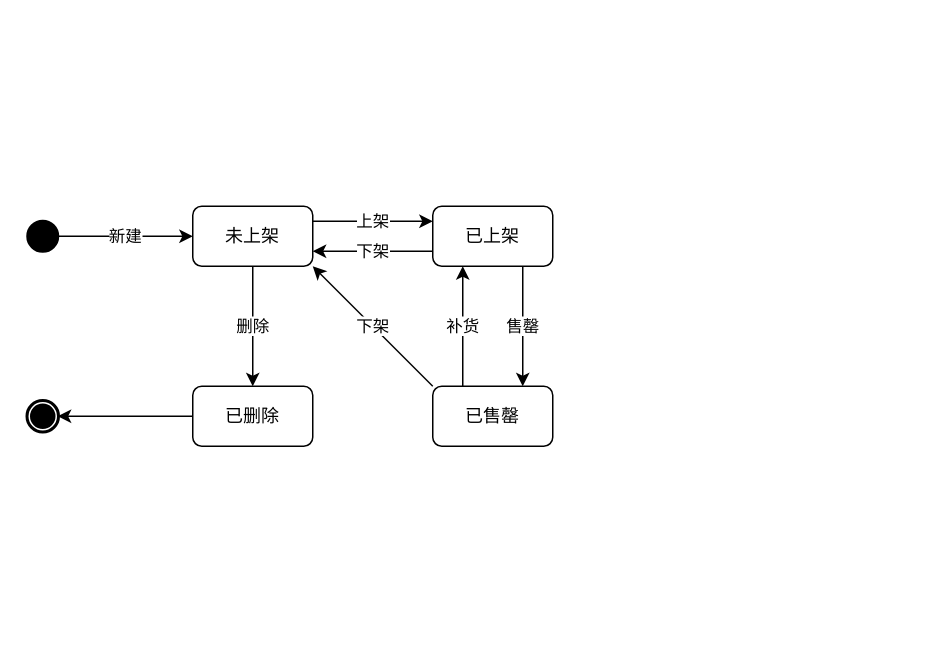
app1echip/grams keeps this draw.io diagram as goods_state.drawio. Above is the earlier version. Source tidied: cells renumbered, new cells numbered last; positions are measured from the earlier drawing's top-left corner, leaving out a move shared by most shapes. Both pictures are drawn from the tidied source at 150%, with x=0, y=0 at pixel (27, 206).
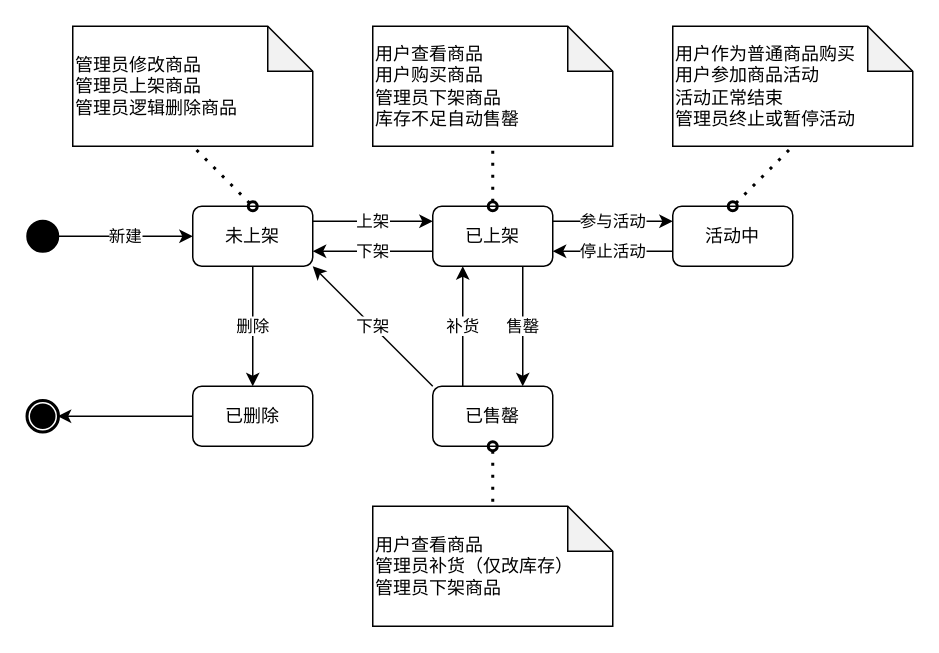
After the change.

Unchanged cells that the change refers to:
```xml
<mxCell id="7" value="未上架" style="rounded=1;whiteSpace=wrap;html=1;fillColor=#FFFFFF;" parent="1" vertex="1">
  <mxGeometry x="110" width="80" height="40" as="geometry" />
</mxCell>
<mxCell id="10" value="已上架" style="rounded=1;whiteSpace=wrap;html=1;fillColor=#FFFFFF;" parent="1" vertex="1">
  <mxGeometry x="270" width="80" height="40" as="geometry" />
</mxCell>
<mxCell id="13" value="已售罄" style="rounded=1;whiteSpace=wrap;html=1;fillColor=#FFFFFF;" parent="1" vertex="1">
  <mxGeometry x="270" y="120" width="80" height="40" as="geometry" />
</mxCell>
```

What changed in the source:
```diff
@@
+    <mxCell id="16" value="参与活动" style="edgeStyle=orthogonalEdgeStyle;rounded=0;jettySize=auto;html=1;" parent="1" edge="1" source="10" target="19">
+      <mxGeometry relative="1" as="geometry">
+        <Array as="points">
+          <mxPoint x="390" y="10" />
+          <mxPoint x="390" y="10" />
+        </Array>
+      </mxGeometry>
+    </mxCell>
@@
+    <mxCell id="17" value="管理员修改商品&lt;br&gt;管理员上架商品&lt;br&gt;管理员逻辑删除商品" style="shape=note;whiteSpace=wrap;html=1;backgroundOutline=1;darkOpacity=0.05;align=left;" parent="1" vertex="1">
+      <mxGeometry x="30" y="-120" width="160" height="80" as="geometry" />
+    </mxCell>
+    <mxCell id="18" value="停止活动" style="edgeStyle=orthogonalEdgeStyle;rounded=0;jettySize=auto;html=1;" parent="1" edge="1" source="19" target="10">
+      <mxGeometry relative="1" as="geometry">
+        <Array as="points">
+          <mxPoint x="390" y="30" />
+          <mxPoint x="390" y="30" />
+        </Array>
+      </mxGeometry>
+    </mxCell>
+    <mxCell id="19" value="活动中" style="rounded=1;whiteSpace=wrap;html=1;" parent="1" vertex="1">
+      <mxGeometry x="430" width="80" height="40" as="geometry" />
+    </mxCell>
+    <mxCell id="20" value="用户查看商品&lt;br&gt;用户购买商品&lt;br&gt;管理员下架商品&lt;br&gt;库存不足自动售罄" style="shape=note;whiteSpace=wrap;html=1;backgroundOutline=1;darkOpacity=0.05;align=left;" parent="1" vertex="1">
+      <mxGeometry x="230" y="-120" width="160" height="80" as="geometry" />
+    </mxCell>
+    <mxCell id="21" value="用户作为普通商品购买&lt;br&gt;用户参加商品活动&lt;br&gt;活动正常结束&lt;br&gt;管理员终止或暂停活动" style="shape=note;whiteSpace=wrap;html=1;backgroundOutline=1;darkOpacity=0.05;align=left;" parent="1" vertex="1">
+      <mxGeometry x="430" y="-120" width="160" height="80" as="geometry" />
+    </mxCell>
+    <mxCell id="22" value="用户查看商品&lt;br&gt;管理员补货（仅改库存）&lt;br&gt;管理员下架商品" style="shape=note;whiteSpace=wrap;html=1;backgroundOutline=1;darkOpacity=0.05;align=left;" parent="1" vertex="1">
+      <mxGeometry x="230" y="200" width="160" height="80" as="geometry" />
+    </mxCell>
+    <mxCell id="23" style="endArrow=none;dashed=1;html=1;dashPattern=1 3;strokeWidth=2;exitX=0.5;exitY=0;exitDx=0;exitDy=0;entryX=0.5;entryY=1;entryDx=0;entryDy=0;entryPerimeter=0;startArrow=oval;startFill=0;" parent="1" edge="1" source="10" target="20">
+      <mxGeometry relative="1" as="geometry" />
+    </mxCell>
+    <mxCell id="24" style="endArrow=none;dashed=1;html=1;dashPattern=1 3;strokeWidth=2;exitX=0.5;exitY=0;exitDx=0;exitDy=0;entryX=0.5;entryY=1;entryDx=0;entryDy=0;entryPerimeter=0;startArrow=oval;startFill=0;" parent="1" edge="1" source="7" target="17">
+      <mxGeometry relative="1" as="geometry" />
+    </mxCell>
+    <mxCell id="25" style="endArrow=none;dashed=1;html=1;dashPattern=1 3;strokeWidth=2;exitX=0.5;exitY=0;exitDx=0;exitDy=0;entryX=0.5;entryY=1;entryDx=0;entryDy=0;entryPerimeter=0;startArrow=oval;startFill=0;" parent="1" edge="1" source="19" target="21">
+      <mxGeometry relative="1" as="geometry" />
+    </mxCell>
+    <mxCell id="26" style="endArrow=none;dashed=1;html=1;dashPattern=1 3;strokeWidth=2;exitX=0.5;exitY=1;exitDx=0;exitDy=0;entryX=0.5;entryY=0;entryDx=0;entryDy=0;entryPerimeter=0;startArrow=oval;startFill=0;" parent="1" edge="1" source="13" target="22">
+      <mxGeometry relative="1" as="geometry" />
+    </mxCell>
```
